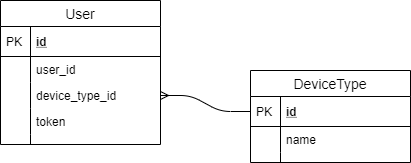
Above: doc/db_er_model.png in OneTrackingFramework/push-notification-service (draw.io), before the change. Source tidied: cells renumbered, new cells last; positions are measured from the earlier drawing's top-left corner, leaving out a move shared by most shapes.
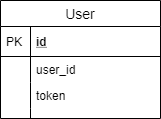
The same diagram one commit later.

Commit message:
Reduced to firebase cloud messaging

The edit, as a diff of the source:
```diff
@@ -2,32 +2,8 @@
   <root>
     <mxCell id="0" />
     <mxCell id="1" parent="0" />
-    <mxCell id="2" style="edgeStyle=entityRelationEdgeStyle;fontSize=12;html=1;endArrow=none;exitX=1;exitY=0.5;exitDx=0;exitDy=0;entryX=0;entryY=0.5;entryDx=0;entryDy=0;startArrow=ERmany;startFill=0;endFill=0;" parent="1" edge="1" source="15" target="4">
-      <mxGeometry relative="1" as="geometry" />
-    </mxCell>
-    <mxCell id="3" value="DeviceType" style="swimlane;fontStyle=0;horizontal=1;startSize=26;align=center;fontSize=14;" parent="1" vertex="1">
-      <mxGeometry x="250" y="70" width="160" height="92" as="geometry" />
-    </mxCell>
-    <mxCell id="4" value="id" style="shape=partialRectangle;top=0;left=0;right=0;bottom=1;align=left;verticalAlign=middle;fillColor=none;spacingLeft=34;spacingRight=4;overflow=hidden;points=[[0,0.5],[1,0.5]];portConstraint=eastwest;fontStyle=5;fontSize=12;" parent="3" vertex="1">
-      <mxGeometry y="26" width="160" height="30" as="geometry" />
-    </mxCell>
-    <mxCell id="5" value="PK" style="shape=partialRectangle;top=0;left=0;bottom=0;fillColor=none;align=left;verticalAlign=middle;spacingLeft=4;spacingRight=4;overflow=hidden;fontSize=12;" parent="4" vertex="1">
-      <mxGeometry width="30" height="30" as="geometry" />
-    </mxCell>
-    <mxCell id="6" value="name" style="shape=partialRectangle;top=0;left=0;right=0;bottom=0;align=left;verticalAlign=top;fillColor=none;spacingLeft=34;spacingRight=4;overflow=hidden;fontSize=12;" parent="3" vertex="1">
-      <mxGeometry y="56" width="160" height="26" as="geometry" />
-    </mxCell>
-    <mxCell id="7" style="shape=partialRectangle;top=0;left=0;bottom=0;fillColor=none;align=left;verticalAlign=top;spacingLeft=4;spacingRight=4;overflow=hidden;fontSize=12;" parent="6" vertex="1">
-      <mxGeometry width="30" height="26" as="geometry" />
-    </mxCell>
-    <mxCell id="8" style="shape=partialRectangle;top=0;left=0;right=0;bottom=0;align=left;verticalAlign=top;fillColor=none;spacingLeft=34;spacingRight=4;overflow=hidden;fontSize=12;" parent="3" vertex="1">
-      <mxGeometry y="82" width="160" height="10" as="geometry" />
-    </mxCell>
-    <mxCell id="9" style="shape=partialRectangle;top=0;left=0;bottom=0;fillColor=none;align=left;verticalAlign=top;spacingLeft=4;spacingRight=4;overflow=hidden;fontSize=12;" parent="8" vertex="1">
-      <mxGeometry width="30" height="10" as="geometry" />
-    </mxCell>
     <mxCell id="10" value="User" style="swimlane;fontStyle=0;horizontal=1;startSize=26;align=center;fontSize=14;" parent="1" vertex="1">
-      <mxGeometry width="160" height="144" as="geometry" />
+      <mxGeometry width="160" height="118" as="geometry" />
     </mxCell>
     <mxCell id="11" value="id" style="shape=partialRectangle;top=0;left=0;right=0;bottom=1;align=left;verticalAlign=middle;fillColor=none;spacingLeft=34;spacingRight=4;overflow=hidden;fontStyle=5;fontSize=12;" parent="10" vertex="1">
       <mxGeometry y="26" width="160" height="30" as="geometry" />
@@ -41,20 +17,14 @@
     <mxCell id="14" style="shape=partialRectangle;top=0;left=0;bottom=0;fillColor=none;align=left;verticalAlign=top;spacingLeft=4;spacingRight=4;overflow=hidden;fontSize=12;" parent="13" vertex="1">
       <mxGeometry width="30" height="26" as="geometry" />
     </mxCell>
-    <mxCell id="15" value="device_type_id" style="shape=partialRectangle;top=0;left=0;right=0;bottom=0;align=left;verticalAlign=top;fillColor=none;spacingLeft=34;spacingRight=4;overflow=hidden;points=[[0,0.5],[1,0.5]];portConstraint=eastwest;fontSize=12;" parent="10" vertex="1">
-      <mxGeometry y="82" width="160" height="26" as="geometry" />
-    </mxCell>
-    <mxCell id="16" style="shape=partialRectangle;top=0;left=0;bottom=0;fillColor=none;align=left;verticalAlign=top;spacingLeft=4;spacingRight=4;overflow=hidden;fontSize=12;" parent="15" vertex="1">
-      <mxGeometry width="30" height="26" as="geometry" />
-    </mxCell>
     <mxCell id="17" value="token" style="shape=partialRectangle;top=0;left=0;right=0;bottom=0;align=left;verticalAlign=top;fillColor=none;spacingLeft=34;spacingRight=4;overflow=hidden;fontSize=12;" parent="10" vertex="1">
-      <mxGeometry y="108" width="160" height="26" as="geometry" />
+      <mxGeometry y="82" width="160" height="26" as="geometry" />
     </mxCell>
     <mxCell id="18" style="shape=partialRectangle;top=0;left=0;bottom=0;fillColor=none;align=left;verticalAlign=top;spacingLeft=4;spacingRight=4;overflow=hidden;fontSize=12;" parent="17" vertex="1">
       <mxGeometry width="30" height="26" as="geometry" />
     </mxCell>
     <mxCell id="19" style="shape=partialRectangle;top=0;left=0;right=0;bottom=0;align=left;verticalAlign=top;fillColor=none;spacingLeft=34;spacingRight=4;overflow=hidden;fontSize=12;" parent="10" vertex="1">
-      <mxGeometry y="134" width="160" height="10" as="geometry" />
+      <mxGeometry y="108" width="160" height="10" as="geometry" />
     </mxCell>
     <mxCell id="20" style="shape=partialRectangle;top=0;left=0;bottom=0;fillColor=none;align=left;verticalAlign=top;spacingLeft=4;spacingRight=4;overflow=hidden;fontSize=12;" parent="19" vertex="1">
       <mxGeometry width="30" height="10" as="geometry" />
```
